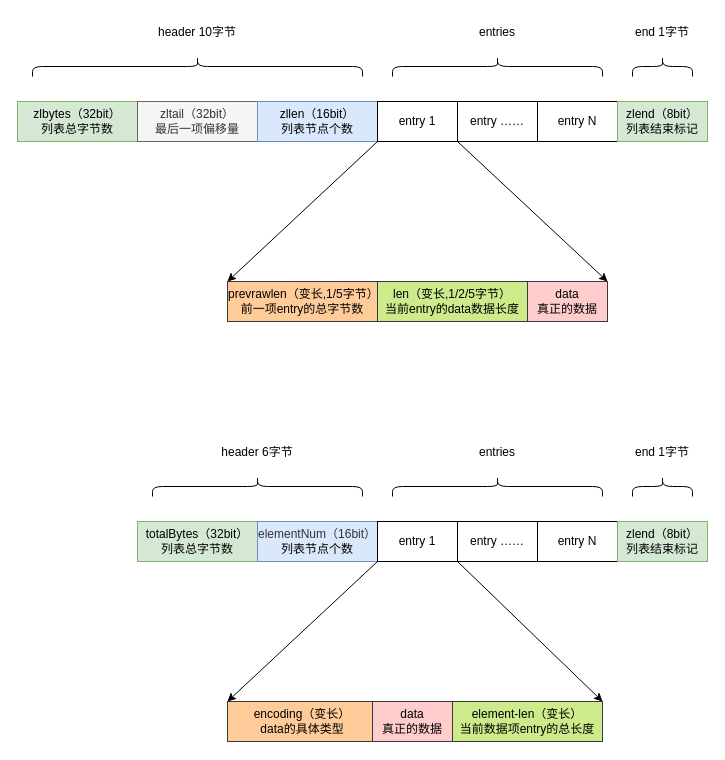
ljheee/image-host keeps this draw.io diagram as redis data structure.drawio. Above is the earlier version. Source tidied: cells renumbered, new cells numbered last; positions are measured from the earlier drawing's top-left corner, leaving out a move shared by most shapes. Both pictures are drawn from the tidied source at 100%, with x=0, y=0 at pixel (17, -99).
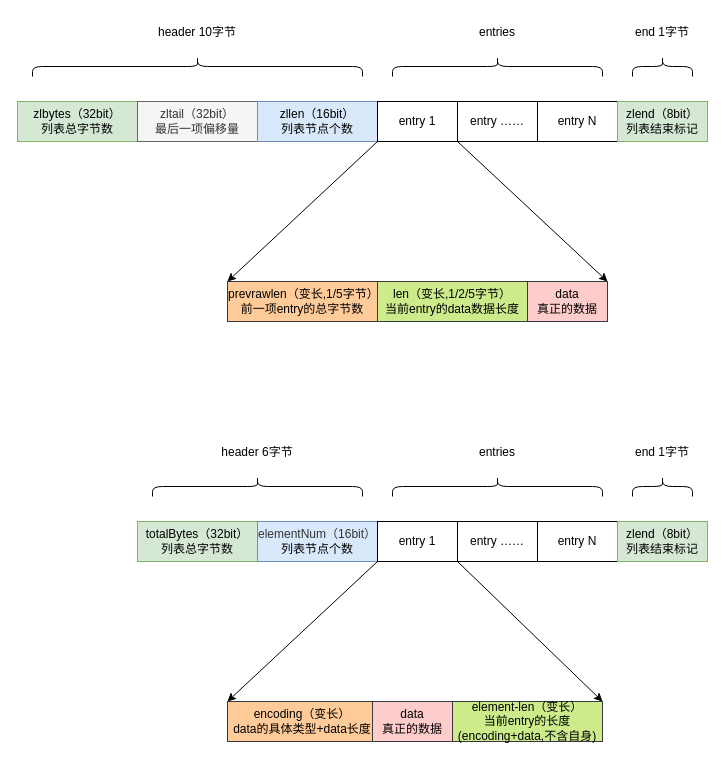
The same diagram, later.

The edit, as a diff of the source:
```diff
@@
-    <mxCell id="26" value="encoding（变长）&lt;div&gt;data的具体类型&lt;/div&gt;" style="rounded=0;whiteSpace=wrap;html=1;fillColor=#ffcc99;strokeColor=#36393d;" parent="1" vertex="1">
+    <mxCell id="26" value="encoding（变长）&lt;div&gt;data的具体类型+data长度&lt;/div&gt;" style="rounded=0;whiteSpace=wrap;html=1;fillColor=#ffcc99;strokeColor=#36393d;" parent="1" vertex="1">
       <mxGeometry x="210" y="800" width="150" height="40" as="geometry" />
     </mxCell>
@@
-    <mxCell id="35" value="element-len（变长）&lt;div&gt;当前数据项entry的总长度&lt;/div&gt;" style="rounded=0;whiteSpace=wrap;html=1;fillColor=#cdeb8b;strokeColor=#36393d;" parent="1" vertex="1">
+    <mxCell id="35" value="element-len（变长）&lt;div&gt;当前entry的长度(encoding+data,不含自身)&lt;/div&gt;" style="rounded=0;whiteSpace=wrap;html=1;fillColor=#cdeb8b;strokeColor=#36393d;" parent="1" vertex="1">
       <mxGeometry x="435" y="800" width="150" height="40" as="geometry" />
     </mxCell>
```
